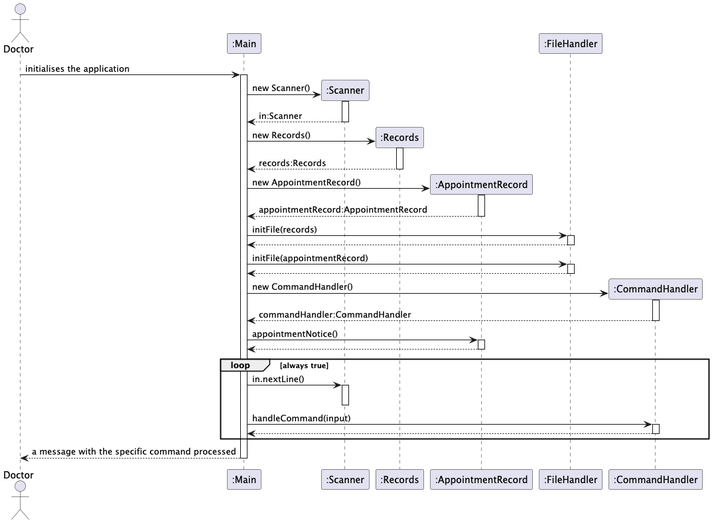
Earlier version of the PlantUML export docs/MainSequenceDiagram.png (yentheng0110/tp). Source of this version:
```plantuml
@startuml
actor Doctor

Doctor -> ":Main" ++: initialises the application

":Main" -> ":Scanner"**: new Scanner()
activate ":Scanner"
":Main" <-- ":Scanner": in:Scanner
deactivate ":Scanner"

":Main" -> ":Records"**: new Records()
activate ":Records"
":Main" <-- ":Records": records:Records
deactivate ":Records"

":Main" -> ":AppointmentRecord"**: new AppointmentRecord()
activate ":AppointmentRecord"
":Main" <-- ":AppointmentRecord": appointmentRecord:AppointmentRecord
deactivate ":AppointmentRecord"

":Main" -> ":FileHandler" ++: initFile(records)
return

":Main" -> ":FileHandler" ++: initFile(appointmentRecord)
return

":Main" -> ":CommandHandler"**: new CommandHandler()
activate ":CommandHandler"
":Main" <-- ":CommandHandler": commandHandler:CommandHandler
deactivate ":CommandHandler"

":Main" -> ":AppointmentRecord" ++: appointmentNotice()
return

loop always true
    ":Main" -> ":Scanner" ++: in.nextLine()
    deactivate ":Scanner"
    ":Main" -> ":CommandHandler" ++: handleCommand(input)
    return
end

Doctor <-- ":Main": a message with the specific command processed
deactivate ":Main"

@enduml
```
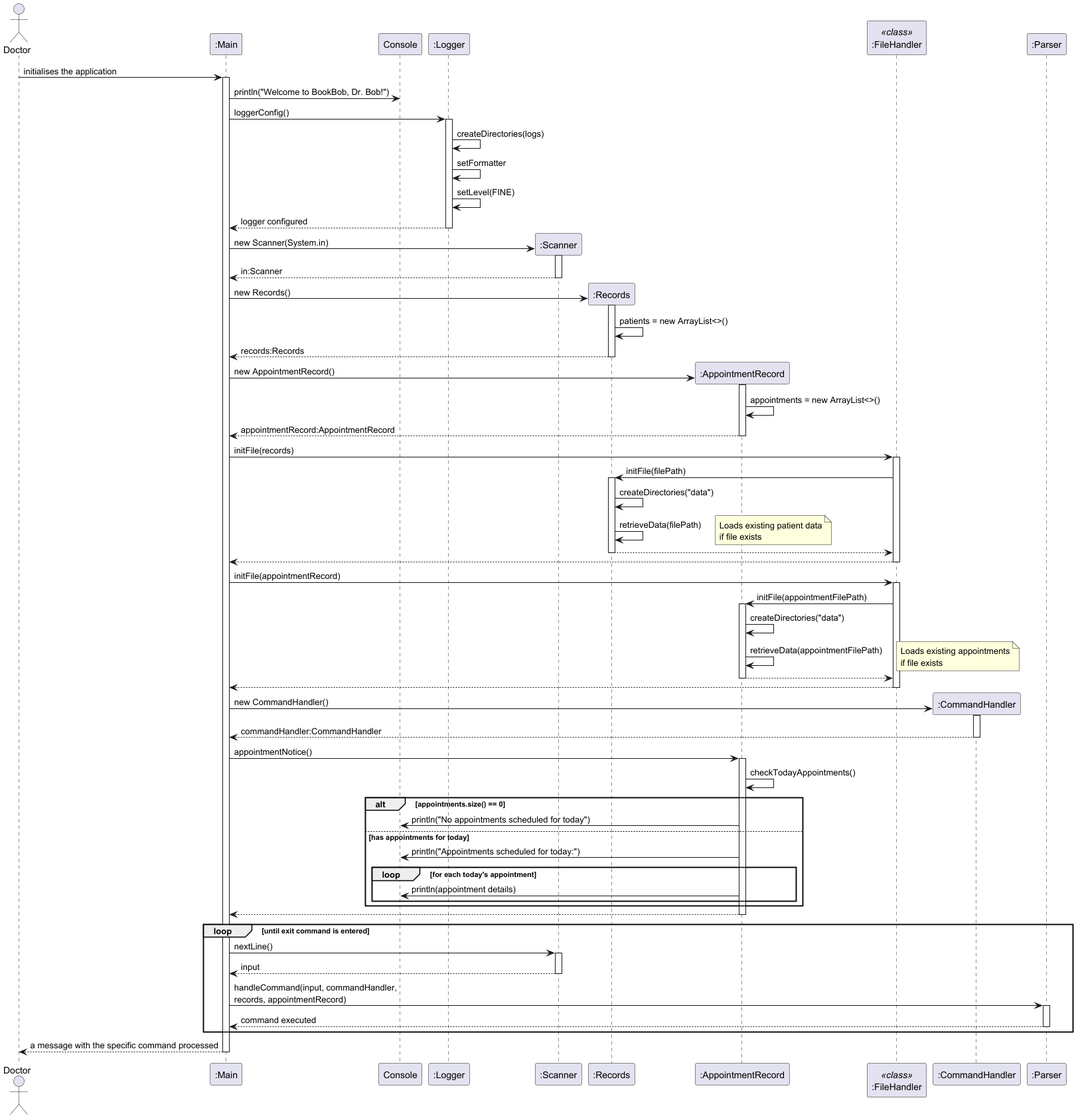
The same diagram one commit later.

Commit message:
Main Sequence Diagram

What changed in the source:
```diff
@@ -1,27 +1,51 @@
 @startuml
+skinparam classAttributeIconSize 0
+hide circle
+
 actor Doctor
 
 Doctor -> ":Main" ++: initialises the application
+":Main" -> Console: println("Welcome to BookBob, Dr. Bob!")
 
-":Main" -> ":Scanner"**: new Scanner()
+":Main" -> ":Logger" ++: loggerConfig()
+":Logger" -> ":Logger": createDirectories(logs)
+":Logger" -> ":Logger": setFormatter
+":Logger" -> ":Logger": setLevel(FINE)
+return logger configured
+
+":Main" -> ":Scanner"**: new Scanner(System.in)
 activate ":Scanner"
 ":Main" <-- ":Scanner": in:Scanner
 deactivate ":Scanner"
 
 ":Main" -> ":Records"**: new Records()
 activate ":Records"
+":Records" -> ":Records": patients = new ArrayList<>()
 ":Main" <-- ":Records": records:Records
 deactivate ":Records"
 
 ":Main" -> ":AppointmentRecord"**: new AppointmentRecord()
 activate ":AppointmentRecord"
+":AppointmentRecord" -> ":AppointmentRecord": appointments = new ArrayList<>()
 ":Main" <-- ":AppointmentRecord": appointmentRecord:AppointmentRecord
 deactivate ":AppointmentRecord"
 
-":Main" -> ":FileHandler" ++: initFile(records)
+participant ":FileHandler" as FileHandler <<class>>
+
+":Main" -> FileHandler ++: initFile(records)
+FileHandler -> ":Records" ++: initFile(filePath)
+":Records" -> ":Records": createDirectories("data")
+":Records" -> ":Records": retrieveData(filePath)
+note right: Loads existing patient data\nif file exists
+return
 return
 
-":Main" -> ":FileHandler" ++: initFile(appointmentRecord)
+":Main" -> FileHandler ++: initFile(appointmentRecord)
+FileHandler -> ":AppointmentRecord" ++: initFile(appointmentFilePath)
+":AppointmentRecord" -> ":AppointmentRecord": createDirectories("data")
+":AppointmentRecord" -> ":AppointmentRecord": retrieveData(appointmentFilePath)
+note right: Loads existing appointments\nif file exists
+return
 return
 
 ":Main" -> ":CommandHandler"**: new CommandHandler()
@@ -30,13 +54,22 @@
 deactivate ":CommandHandler"
 
 ":Main" -> ":AppointmentRecord" ++: appointmentNotice()
+":AppointmentRecord" -> ":AppointmentRecord": checkTodayAppointments()
+alt appointments.size() == 0
+    ":AppointmentRecord" -> Console: println("No appointments scheduled for today")
+else has appointments for today
+    ":AppointmentRecord" -> Console: println("Appointments scheduled for today:")
+    loop for each today's appointment
+        ":AppointmentRecord" -> Console: println(appointment details)
+    end
+end
 return
 
-loop always true
-    ":Main" -> ":Scanner" ++: in.nextLine()
-    deactivate ":Scanner"
-    ":Main" -> ":CommandHandler" ++: handleCommand(input)
-    return
+loop until exit command is entered
+    ":Main" -> ":Scanner" ++: nextLine()
+    return input
+    ":Main" -> ":Parser" ++: handleCommand(input, commandHandler,\nrecords, appointmentRecord)
+    return command executed
 end
 
 Doctor <-- ":Main": a message with the specific command processed
```
